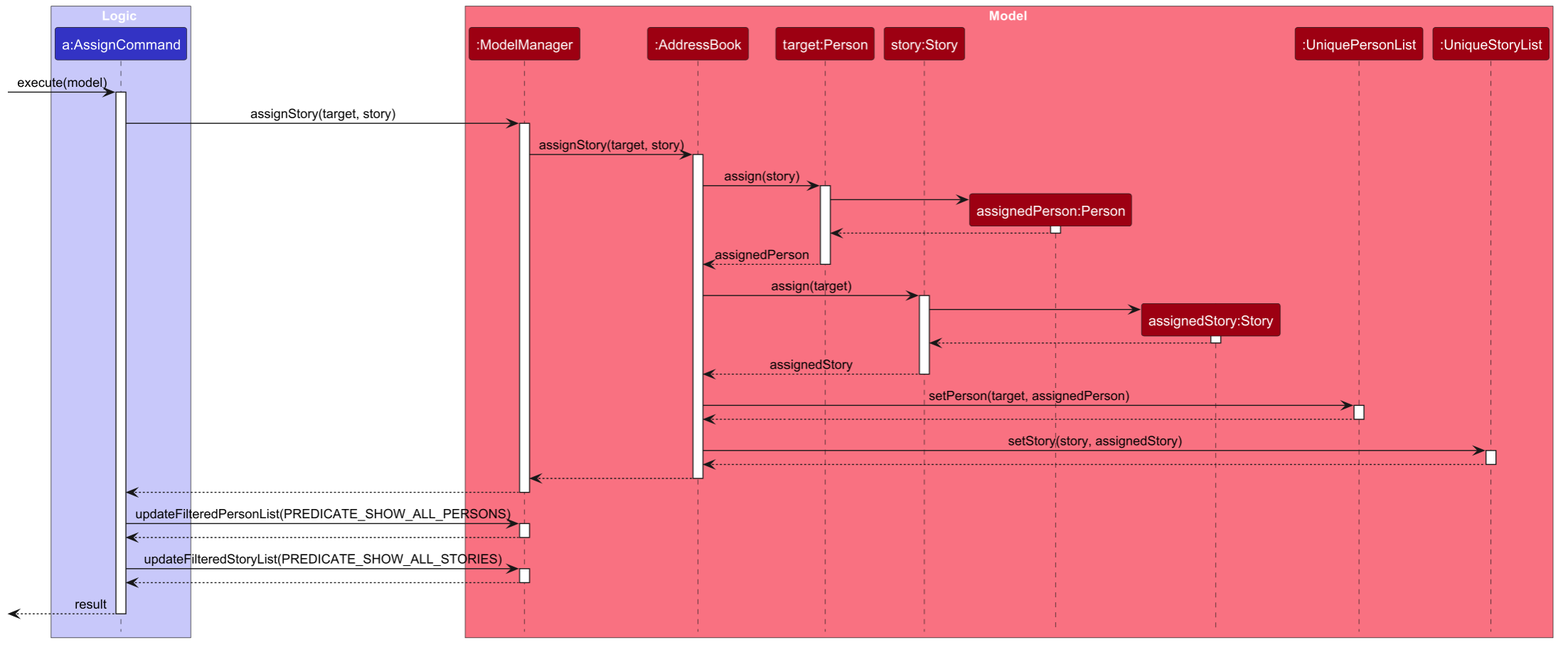
AY2627S1-CS2103T-T13-3/tp keeps this PlantUML diagram as docs/images/AssignSequenceDiagram.png. Above is the earlier version. Its source is kept beside it as docs/diagrams/AssignSequenceDiagram.puml.
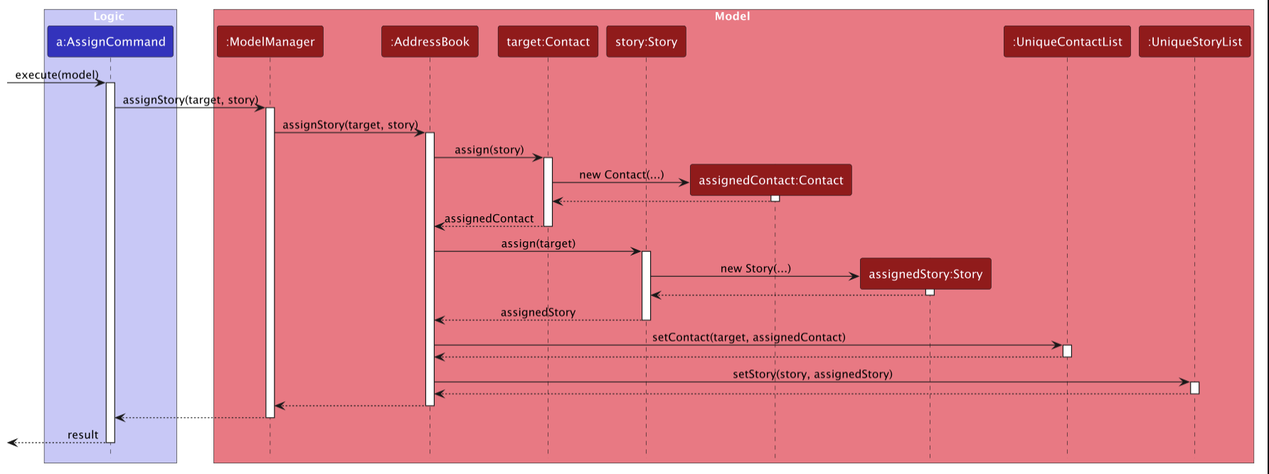
Later version of the same file.

Commit message:
Update Developer Guide and Assign sequence diagram

Change to the diagram source:
```diff
@@ -9,11 +9,11 @@
 box Model MODEL_COLOR_T1
 participant ":ModelManager" as ModelManager MODEL_COLOR
 participant ":AddressBook" as AddressBook MODEL_COLOR
-participant "target:Person" as TargetPerson MODEL_COLOR
+participant "target:Contact" as TargetContact MODEL_COLOR
 participant "story:Story" as TargetStory MODEL_COLOR
-participant "assignedPerson:Person" as AssignedPerson MODEL_COLOR
+participant "assignedContact:Contact" as AssignedContact MODEL_COLOR
 participant "assignedStory:Story" as AssignedStory MODEL_COLOR
-participant ":UniquePersonList" as UniquePersonList MODEL_COLOR
+participant ":UniqueContactList" as UniqueContactList MODEL_COLOR
 participant ":UniqueStoryList" as UniqueStoryList MODEL_COLOR
 end box
 
@@ -26,23 +26,23 @@
 ModelManager -> AddressBook : assignStory(target, story)
 activate AddressBook
 
-AddressBook -> TargetPerson : assign(story)
-activate TargetPerson
+AddressBook -> TargetContact : assign(story)
+activate TargetContact
 
-create AssignedPerson
-TargetPerson -> AssignedPerson
-activate AssignedPerson
-AssignedPerson --> TargetPerson
-deactivate AssignedPerson
+create AssignedContact
+TargetContact -> AssignedContact : new Contact(...)
+activate AssignedContact
+AssignedContact --> TargetContact
+deactivate AssignedContact
 
-TargetPerson --> AddressBook : assignedPerson
-deactivate TargetPerson
+TargetContact --> AddressBook : assignedContact
+deactivate TargetContact
 
 AddressBook -> TargetStory : assign(target)
 activate TargetStory
 
 create AssignedStory
-TargetStory -> AssignedStory
+TargetStory -> AssignedStory : new Story(...)
 activate AssignedStory
 AssignedStory --> TargetStory
 deactivate AssignedStory
@@ -50,10 +50,10 @@
 TargetStory --> AddressBook : assignedStory
 deactivate TargetStory
 
-AddressBook -> UniquePersonList : setPerson(target, assignedPerson)
-activate UniquePersonList
-UniquePersonList --> AddressBook
-deactivate UniquePersonList
+AddressBook -> UniqueContactList : setContact(target, assignedContact)
+activate UniqueContactList
+UniqueContactList --> AddressBook
+deactivate UniqueContactList
 
 AddressBook -> UniqueStoryList : setStory(story, assignedStory)
 activate UniqueStoryList
@@ -66,16 +66,6 @@
 ModelManager --> AssignCommand
 deactivate ModelManager
 
-AssignCommand -> ModelManager : updateFilteredPersonList(PREDICATE_SHOW_ALL_PERSONS)
-activate ModelManager
-ModelManager --> AssignCommand
-deactivate ModelManager
-
-AssignCommand -> ModelManager : updateFilteredStoryList(PREDICATE_SHOW_ALL_STORIES)
-activate ModelManager
-ModelManager --> AssignCommand
-deactivate ModelManager
-
 [<-- AssignCommand : result
 deactivate AssignCommand
 
```
